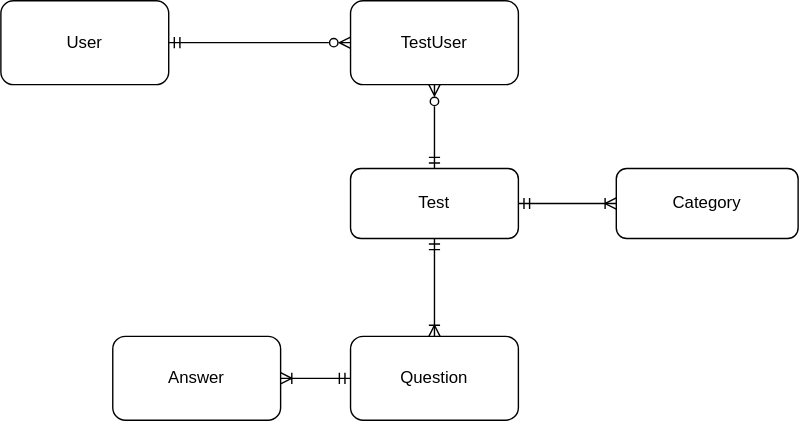
This is ER-диаграммa проекта TestGuru.drawio.svg from Tobi1246/GitHub-wiki, a draw.io export, as it was before one commit. Source tidied: cells renumbered, new cells last; positions are measured from the earlier drawing's top-left corner, leaving out a move shared by most shapes.
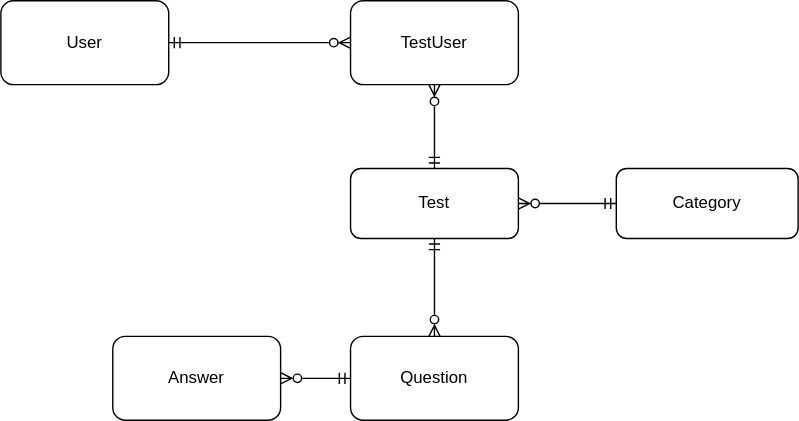
Later version of the same file.

What changed in the source:
```diff
@@ -5,7 +5,7 @@
     <mxCell id="2" value="User" style="rounded=1;whiteSpace=wrap;html=1;" parent="1" vertex="1">
       <mxGeometry width="120" height="60" as="geometry" />
     </mxCell>
-    <mxCell id="3" style="edgeStyle=orthogonalEdgeStyle;rounded=0;jettySize=auto;html=1;exitX=0;exitY=0.5;exitDx=0;exitDy=0;strokeColor=default;startArrow=ERmandOne;startFill=0;endArrow=ERoneToMany;endFill=0;" parent="1" edge="1" source="4" target="5">
+    <mxCell id="3" style="edgeStyle=orthogonalEdgeStyle;rounded=0;jettySize=auto;html=1;exitX=0;exitY=0.5;exitDx=0;exitDy=0;strokeColor=default;startArrow=ERmandOne;startFill=0;endArrow=ERzeroToMany;endFill=0;" parent="1" edge="1" source="4" target="5">
       <mxGeometry relative="1" as="geometry" />
     </mxCell>
     <mxCell id="4" value="Question" style="rounded=1;whiteSpace=wrap;html=1;" parent="1" vertex="1">
@@ -14,7 +14,7 @@
     <mxCell id="5" value="Answer" style="rounded=1;whiteSpace=wrap;html=1;" parent="1" vertex="1">
       <mxGeometry x="80" y="240" width="120" height="60" as="geometry" />
     </mxCell>
-    <mxCell id="6" style="edgeStyle=orthogonalEdgeStyle;rounded=0;jettySize=auto;html=1;exitX=0.5;exitY=1;exitDx=0;exitDy=0;entryX=0.5;entryY=0;entryDx=0;entryDy=0;strokeColor=default;startArrow=ERmandOne;startFill=0;endArrow=ERoneToMany;endFill=0;" parent="1" edge="1" source="10" target="4">
+    <mxCell id="6" style="edgeStyle=orthogonalEdgeStyle;rounded=0;jettySize=auto;html=1;exitX=0.5;exitY=1;exitDx=0;exitDy=0;entryX=0.5;entryY=0;entryDx=0;entryDy=0;strokeColor=default;startArrow=ERmandOne;startFill=0;endArrow=ERzeroToMany;endFill=0;" parent="1" edge="1" source="10" target="4">
       <mxGeometry relative="1" as="geometry" />
     </mxCell>
     <mxCell id="7" value="Category" style="rounded=1;whiteSpace=wrap;html=1;" parent="1" vertex="1">
@@ -23,7 +23,7 @@
     <mxCell id="8" value="TestUser" style="rounded=1;whiteSpace=wrap;html=1;" parent="1" vertex="1">
       <mxGeometry x="250" width="120" height="60" as="geometry" />
     </mxCell>
-    <mxCell id="9" style="edgeStyle=orthogonalEdgeStyle;rounded=0;jettySize=auto;html=1;exitX=1;exitY=0.5;exitDx=0;exitDy=0;entryX=0;entryY=0.5;entryDx=0;entryDy=0;strokeColor=default;startArrow=ERmandOne;startFill=0;endArrow=ERoneToMany;endFill=0;" parent="1" edge="1" source="10" target="7">
+    <mxCell id="9" style="edgeStyle=orthogonalEdgeStyle;rounded=0;jettySize=auto;html=1;exitX=1;exitY=0.5;exitDx=0;exitDy=0;entryX=0;entryY=0.5;entryDx=0;entryDy=0;strokeColor=default;startArrow=ERzeroToMany;startFill=0;endArrow=ERmandOne;endFill=0;" parent="1" edge="1" source="10" target="7">
       <mxGeometry relative="1" as="geometry" />
     </mxCell>
     <mxCell id="10" value="Test" style="rounded=1;whiteSpace=wrap;html=1;" parent="1" vertex="1">
```
